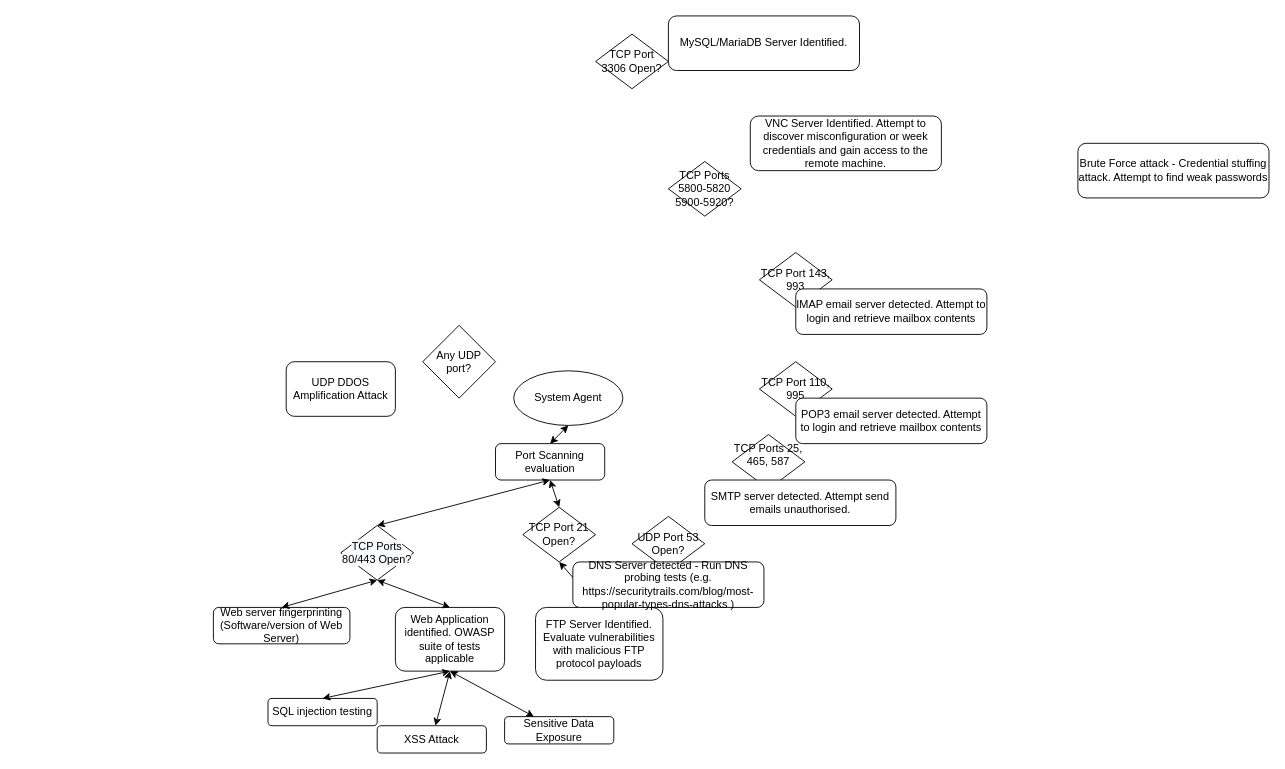
Before: AttackTree.drawio in crystalz411/LinkBoard, a draw.io diagram. Source tidied: cells renumbered, new cells numbered last; positions are measured from the earlier drawing's top-left corner, leaving out a move shared by most shapes. Both pictures are drawn from the tidied source at 91%, with x=0, y=0 at pixel (213, 15).
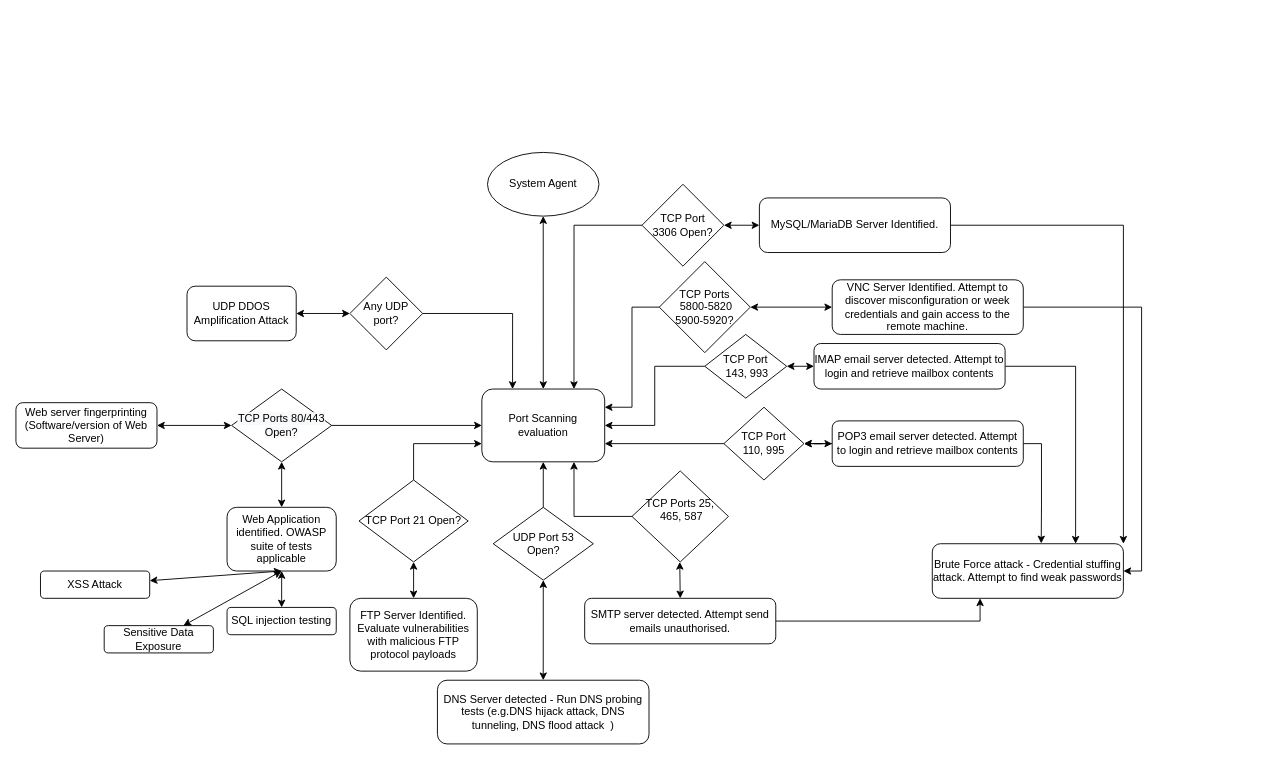
The same page after the edit.

What changed in the source:
```diff
@@
     <mxCell id="2" value="System Agent" style="ellipse;whiteSpace=wrap;html=1;" parent="1" vertex="1">
-      <mxGeometry x="330" y="390" width="120" height="60" as="geometry" />
+      <mxGeometry x="301.2" y="150" width="122.5" height="70" as="geometry" />
     </mxCell>
     <mxCell id="3" value="Port Scanning evaluation" style="rounded=1;whiteSpace=wrap;html=1;" parent="1" vertex="1">
-      <mxGeometry x="310" y="470" width="120" height="40" as="geometry" />
+      <mxGeometry x="295" y="410" width="135" height="80" as="geometry" />
     </mxCell>
@@
-    <mxCell id="5" style="endArrow=classic;startArrow=classic;html=1;entryX=0.5;entryY=1;entryDx=0;entryDy=0;exitX=0.5;exitY=0;exitDx=0;exitDy=0;" parent="1" edge="1" source="19" target="3">
-      <mxGeometry relative="1" as="geometry" />
-    </mxCell>
     <mxCell id="6" value="Web Application identified. OWASP suite of tests applicable" style="rounded=1;whiteSpace=wrap;html=1;" parent="1" vertex="1">
-      <mxGeometry x="200" y="650" width="120" height="70" as="geometry" />
+      <mxGeometry x="15" y="540" width="120" height="70" as="geometry" />
     </mxCell>
@@
     <mxCell id="8" value="SQL injection testing" style="rounded=1;whiteSpace=wrap;html=1;" parent="1" vertex="1">
-      <mxGeometry x="60" y="750" width="120" height="30" as="geometry" />
+      <mxGeometry x="15" y="650" width="120" height="30" as="geometry" />
     </mxCell>
     <mxCell id="9" value="XSS Attack" style="rounded=1;whiteSpace=wrap;html=1;" parent="1" vertex="1">
-      <mxGeometry x="180" y="780" width="120" height="30" as="geometry" />
+      <mxGeometry x="-190" y="610" width="120" height="30" as="geometry" />
     </mxCell>
     <mxCell id="10" value="Sensitive Data Exposure" style="rounded=1;whiteSpace=wrap;html=1;" parent="1" vertex="1">
-      <mxGeometry x="320" y="770" width="120" height="30" as="geometry" />
+      <mxGeometry x="-120" y="670" width="120" height="30" as="geometry" />
     </mxCell>
@@
     <mxCell id="14" value="Web server fingerprinting (Software/version of Web Server)" style="rounded=1;whiteSpace=wrap;html=1;" parent="1" vertex="1">
-      <mxGeometry y="650" width="150" height="40" as="geometry" />
+      <mxGeometry x="-217" y="425" width="155" height="50" as="geometry" />
     </mxCell>
-    <mxCell id="15" style="endArrow=classic;startArrow=classic;html=1;exitX=0.5;exitY=0;exitDx=0;exitDy=0;entryX=0.5;entryY=1;entryDx=0;entryDy=0;" parent="1" edge="1" source="14" target="19">
+    <mxCell id="15" style="endArrow=classic;startArrow=classic;html=1;exitX=1;exitY=0.5;exitDx=0;exitDy=0;entryX=0;entryY=0.5;entryDx=0;entryDy=0;" parent="1" edge="1" source="14" target="19">
       <mxGeometry relative="1" as="geometry" />
     </mxCell>
     <mxCell id="16" value="FTP Server Identified. Evaluate vulnerabilities with malicious FTP protocol payloads" style="rounded=1;whiteSpace=wrap;html=1;" parent="1" vertex="1">
-      <mxGeometry x="354" y="650" width="140" height="80" as="geometry" />
+      <mxGeometry x="150" y="640" width="140" height="80" as="geometry" />
     </mxCell>
+    <mxCell id="18" style="endArrow=classic;startArrow=classic;html=1;entryX=0.5;entryY=1;entryDx=0;entryDy=0;exitX=0.5;exitY=0;exitDx=0;exitDy=0;" parent="1" edge="1" source="16" target="20">
+      <mxGeometry relative="1" as="geometry" />
+    </mxCell>
+    <mxCell id="5" style="edgeStyle=orthogonalEdgeStyle;rounded=0;jettySize=auto;html=1;exitX=1;exitY=0.5;exitDx=0;exitDy=0;entryX=0;entryY=0.5;entryDx=0;entryDy=0;" parent="1" edge="1" source="19" target="3">
+      <mxGeometry relative="1" as="geometry" />
+    </mxCell>
+    <mxCell id="19" value="&lt;span style=&quot;color: rgb(0 , 0 , 0) ; font-family: &amp;#34;helvetica&amp;#34; ; font-size: 12px ; font-style: normal ; font-weight: 400 ; letter-spacing: normal ; text-align: center ; text-indent: 0px ; text-transform: none ; word-spacing: 0px ; background-color: rgb(248 , 249 , 250) ; display: inline ; float: none&quot;&gt;TCP Ports 80/443 Open?&lt;/span&gt;" style="rhombus;whiteSpace=wrap;html=1;" parent="1" vertex="1">
+      <mxGeometry x="20" y="410" width="110" height="80" as="geometry" />
+    </mxCell>
-    <mxCell id="17" style="endArrow=classic;startArrow=classic;html=1;entryX=0.5;entryY=1;entryDx=0;entryDy=0;exitX=0.5;exitY=0;exitDx=0;exitDy=0;" parent="1" edge="1" source="20" target="3">
+    <mxCell id="17" style="edgeStyle=orthogonalEdgeStyle;rounded=0;jettySize=auto;html=1;exitX=0.5;exitY=0;exitDx=0;exitDy=0;entryX=0;entryY=0.75;entryDx=0;entryDy=0;" parent="1" edge="1" source="20" target="3">
       <mxGeometry relative="1" as="geometry" />
     </mxCell>
-    <mxCell id="18" style="endArrow=classic;startArrow=classic;html=1;entryX=0.5;entryY=1;entryDx=0;entryDy=0;exitX=0.5;exitY=0;exitDx=0;exitDy=0;" parent="1" edge="1" source="16" target="20">
-      <mxGeometry relative="1" as="geometry" />
-    </mxCell>
-    <mxCell id="19" value="&lt;span style=&quot;color: rgb(0 , 0 , 0) ; font-family: &amp;#34;helvetica&amp;#34; ; font-size: 12px ; font-style: normal ; font-weight: 400 ; letter-spacing: normal ; text-align: center ; text-indent: 0px ; text-transform: none ; word-spacing: 0px ; background-color: rgb(248 , 249 , 250) ; display: inline ; float: none&quot;&gt;TCP Ports 80/443 Open?&lt;/span&gt;" style="rhombus;whiteSpace=wrap;html=1;" parent="1" vertex="1">
-      <mxGeometry x="140" y="560" width="80" height="60" as="geometry" />
-    </mxCell>
     <mxCell id="20" value="&lt;font face=&quot;helvetica&quot;&gt;TCP Port 21 Open?&lt;/font&gt;" style="rhombus;whiteSpace=wrap;html=1;" parent="1" vertex="1">
-      <mxGeometry x="340" y="540" width="80" height="60" as="geometry" />
+      <mxGeometry x="160" y="510" width="120" height="90" as="geometry" />
     </mxCell>
+    <mxCell id="36" style="edgeStyle=orthogonalEdgeStyle;rounded=0;jettySize=auto;html=1;exitX=0.5;exitY=0;exitDx=0;exitDy=0;entryX=0.5;entryY=1;entryDx=0;entryDy=0;" parent="1" edge="1" source="21" target="3">
+      <mxGeometry relative="1" as="geometry" />
+    </mxCell>
     <mxCell id="21" value="&lt;font face=&quot;helvetica&quot;&gt;UDP Port 53 &lt;br&gt;Open?&lt;/font&gt;" style="rhombus;whiteSpace=wrap;html=1;" parent="1" vertex="1">
-      <mxGeometry x="460" y="550" width="80" height="60" as="geometry" />
+      <mxGeometry x="307.5" y="540" width="110" height="80" as="geometry" />
     </mxCell>
-    <mxCell id="22" value="DNS Server detected - Run DNS probing tests (e.g. https://securitytrails.com/blog/most-popular-types-dns-attacks )" style="rounded=1;whiteSpace=wrap;html=1;" parent="1" vertex="1">
-      <mxGeometry x="395" y="600" width="210" height="50" as="geometry" />
+    <mxCell id="22" value="DNS Server detected - Run DNS probing tests (e.g.DNS hijack attack,&amp;nbsp;DNS tunneling,&amp;nbsp;DNS flood attack &amp;nbsp;)" style="rounded=1;whiteSpace=wrap;html=1;" parent="1" vertex="1">
+      <mxGeometry x="246.2" y="730" width="232.5" height="70" as="geometry" />
     </mxCell>
+    <mxCell id="37" style="edgeStyle=orthogonalEdgeStyle;rounded=0;jettySize=auto;html=1;exitX=0;exitY=0.5;exitDx=0;exitDy=0;entryX=0.75;entryY=1;entryDx=0;entryDy=0;" parent="1" edge="1" source="23" target="3">
+      <mxGeometry relative="1" as="geometry" />
+    </mxCell>
-    <mxCell id="23" value="&lt;font face=&quot;helvetica&quot;&gt;TCP Ports 25, 465, 587&lt;br&gt;&amp;nbsp;&lt;/font&gt;" style="rhombus;whiteSpace=wrap;html=1;" parent="1" vertex="1">
-      <mxGeometry x="570" y="460" width="80" height="60" as="geometry" />
+    <mxCell id="23" value="&lt;font face=&quot;helvetica&quot;&gt;TCP Ports 25,&lt;br&gt;&amp;nbsp;465, 587&lt;br&gt;&amp;nbsp;&lt;/font&gt;" style="rhombus;whiteSpace=wrap;html=1;" parent="1" vertex="1">
+      <mxGeometry x="460" y="500" width="106" height="100" as="geometry" />
     </mxCell>
+    <mxCell id="38" style="edgeStyle=orthogonalEdgeStyle;rounded=0;jettySize=auto;html=1;exitX=1;exitY=0.5;exitDx=0;exitDy=0;entryX=0.25;entryY=1;entryDx=0;entryDy=0;" parent="1" edge="1" source="24" target="33">
+      <mxGeometry relative="1" as="geometry" />
+    </mxCell>
     <mxCell id="24" value="SMTP server detected. Attempt send emails unauthorised." style="rounded=1;whiteSpace=wrap;html=1;" parent="1" vertex="1">
-      <mxGeometry x="540" y="510" width="210" height="50" as="geometry" />
+      <mxGeometry x="408" y="640" width="210" height="50" as="geometry" />
     </mxCell>
+    <mxCell id="39" style="edgeStyle=orthogonalEdgeStyle;rounded=0;jettySize=auto;html=1;exitX=0;exitY=0.5;exitDx=0;exitDy=0;entryX=1;entryY=0.75;entryDx=0;entryDy=0;" parent="1" edge="1" source="25" target="3">
+      <mxGeometry relative="1" as="geometry" />
+    </mxCell>
-    <mxCell id="25" value="&lt;font face=&quot;helvetica&quot;&gt;TCP Port 110, 995&lt;/font&gt;" style="rhombus;whiteSpace=wrap;html=1;" parent="1" vertex="1">
-      <mxGeometry x="600" y="380" width="80" height="60" as="geometry" />
+    <mxCell id="25" value="&lt;font face=&quot;helvetica&quot;&gt;TCP Port &lt;br&gt;110, 995&lt;/font&gt;" style="rhombus;whiteSpace=wrap;html=1;" parent="1" vertex="1">
+      <mxGeometry x="561" y="430" width="88" height="80" as="geometry" />
     </mxCell>
+    <mxCell id="40" style="edgeStyle=orthogonalEdgeStyle;rounded=0;jettySize=auto;html=1;" parent="1" edge="1" source="26" target="25">
+      <mxGeometry relative="1" as="geometry" />
+    </mxCell>
+    <mxCell id="41" style="edgeStyle=orthogonalEdgeStyle;rounded=0;jettySize=auto;html=1;exitX=1;exitY=0.5;exitDx=0;exitDy=0;entryX=0.57;entryY=-0.006;entryDx=0;entryDy=0;entryPerimeter=0;" parent="1" edge="1" source="26" target="33">
+      <mxGeometry relative="1" as="geometry" />
+    </mxCell>
     <mxCell id="26" value="POP3 email server detected. Attempt to login and retrieve mailbox contents" style="rounded=1;whiteSpace=wrap;html=1;" parent="1" vertex="1">
-      <mxGeometry x="640" y="420" width="210" height="50" as="geometry" />
+      <mxGeometry x="680" y="445" width="210" height="50" as="geometry" />
     </mxCell>
+    <mxCell id="42" style="edgeStyle=orthogonalEdgeStyle;rounded=0;jettySize=auto;html=1;exitX=0;exitY=0.5;exitDx=0;exitDy=0;entryX=1;entryY=0.5;entryDx=0;entryDy=0;" parent="1" edge="1" source="27" target="3">
+      <mxGeometry relative="1" as="geometry" />
+    </mxCell>
-    <mxCell id="27" value="&lt;font face=&quot;helvetica&quot;&gt;TCP Port 143, 993&lt;/font&gt;" style="rhombus;whiteSpace=wrap;html=1;" parent="1" vertex="1">
-      <mxGeometry x="600" y="260" width="80" height="60" as="geometry" />
+    <mxCell id="27" value="&lt;font face=&quot;helvetica&quot;&gt;TCP Port&lt;br&gt;&amp;nbsp;143, 993&lt;/font&gt;" style="rhombus;whiteSpace=wrap;html=1;" parent="1" vertex="1">
+      <mxGeometry x="540" y="350" width="90" height="70" as="geometry" />
     </mxCell>
+    <mxCell id="43" style="edgeStyle=orthogonalEdgeStyle;rounded=0;jettySize=auto;html=1;exitX=1;exitY=0.5;exitDx=0;exitDy=0;entryX=0.75;entryY=0;entryDx=0;entryDy=0;" parent="1" edge="1" source="28" target="33">
+      <mxGeometry relative="1" as="geometry" />
+    </mxCell>
     <mxCell id="28" value="IMAP email server detected. Attempt to login and retrieve mailbox contents" style="rounded=1;whiteSpace=wrap;html=1;" parent="1" vertex="1">
-      <mxGeometry x="640" y="300" width="210" height="50" as="geometry" />
+      <mxGeometry x="660" y="360" width="210" height="50" as="geometry" />
     </mxCell>
+    <mxCell id="44" style="edgeStyle=orthogonalEdgeStyle;rounded=0;jettySize=auto;html=1;exitX=1;exitY=0.5;exitDx=0;exitDy=0;entryX=0.25;entryY=0;entryDx=0;entryDy=0;" parent="1" edge="1" source="29" target="3">
+      <mxGeometry relative="1" as="geometry" />
+    </mxCell>
     <mxCell id="29" value="Any UDP port?" style="rhombus;whiteSpace=wrap;html=1;" parent="1" vertex="1">
-      <mxGeometry x="230" y="340" width="80" height="80" as="geometry" />
+      <mxGeometry x="150" y="287" width="80" height="80" as="geometry" />
     </mxCell>
     <mxCell id="30" value="UDP DDOS Amplification Attack" style="rounded=1;whiteSpace=wrap;html=1;" parent="1" vertex="1">
-      <mxGeometry x="80" y="380" width="120" height="60" as="geometry" />
+      <mxGeometry x="-29" y="297" width="120" height="60" as="geometry" />
     </mxCell>
+    <mxCell id="45" style="edgeStyle=orthogonalEdgeStyle;rounded=0;jettySize=auto;html=1;exitX=0;exitY=0.5;exitDx=0;exitDy=0;entryX=1;entryY=0.25;entryDx=0;entryDy=0;" parent="1" edge="1" source="31" target="3">
+      <mxGeometry relative="1" as="geometry" />
+    </mxCell>
-    <mxCell id="31" value="&lt;font face=&quot;helvetica&quot;&gt;TCP Ports 5800-5820&lt;br&gt;5900-5920?&lt;br&gt;&lt;/font&gt;" style="rhombus;whiteSpace=wrap;html=1;" parent="1" vertex="1">
-      <mxGeometry x="500" y="160" width="80" height="60" as="geometry" />
+    <mxCell id="31" value="&lt;font face=&quot;helvetica&quot;&gt;TCP Ports&lt;br&gt;&amp;nbsp;5800-5820&lt;br&gt;5900-5920?&lt;br&gt;&lt;/font&gt;" style="rhombus;whiteSpace=wrap;html=1;" parent="1" vertex="1">
+      <mxGeometry x="490" y="270" width="100" height="100" as="geometry" />
     </mxCell>
+    <mxCell id="46" style="edgeStyle=orthogonalEdgeStyle;rounded=0;jettySize=auto;html=1;exitX=1;exitY=0.5;exitDx=0;exitDy=0;entryX=1;entryY=0.5;entryDx=0;entryDy=0;" parent="1" edge="1" source="32" target="33">
+      <mxGeometry relative="1" as="geometry" />
+    </mxCell>
     <mxCell id="32" value="VNC Server Identified. Attempt to discover misconfiguration or week credentials and gain access to the remote machine." style="rounded=1;whiteSpace=wrap;html=1;" parent="1" vertex="1">
-      <mxGeometry x="590" y="110" width="210" height="60" as="geometry" />
+      <mxGeometry x="680" y="290" width="210" height="60" as="geometry" />
     </mxCell>
     <mxCell id="33" value="Brute Force attack - Credential stuffing attack. Attempt to find weak passwords" style="rounded=1;whiteSpace=wrap;html=1;" parent="1" vertex="1">
-      <mxGeometry x="950" y="140" width="210" height="60" as="geometry" />
+      <mxGeometry x="790" y="580" width="210" height="60" as="geometry" />
     </mxCell>
+    <mxCell id="47" style="edgeStyle=orthogonalEdgeStyle;rounded=0;jettySize=auto;html=1;exitX=0.5;exitY=1;exitDx=0;exitDy=0;entryX=0.75;entryY=0;entryDx=0;entryDy=0;" parent="1" edge="1" source="34" target="3">
+      <mxGeometry relative="1" as="geometry" />
+    </mxCell>
-    <mxCell id="34" value="&lt;font face=&quot;helvetica&quot;&gt;TCP Port 3306 Open?&lt;br&gt;&lt;/font&gt;" style="rhombus;whiteSpace=wrap;html=1;" parent="1" vertex="1">
-      <mxGeometry x="420" y="20" width="80" height="60" as="geometry" />
+    <mxCell id="34" value="&lt;font face=&quot;helvetica&quot;&gt;TCP Port &lt;br&gt;3306 Open?&lt;br&gt;&lt;/font&gt;" style="rhombus;whiteSpace=wrap;html=1;direction=south;" parent="1" vertex="1">
+      <mxGeometry x="471" y="185" width="90" height="90" as="geometry" />
     </mxCell>
+    <mxCell id="48" style="edgeStyle=orthogonalEdgeStyle;rounded=0;jettySize=auto;html=1;exitX=1;exitY=0.5;exitDx=0;exitDy=0;entryX=1;entryY=0;entryDx=0;entryDy=0;" parent="1" edge="1" source="35" target="33">
+      <mxGeometry relative="1" as="geometry" />
+    </mxCell>
     <mxCell id="35" value="MySQL/MariaDB Server Identified." style="rounded=1;whiteSpace=wrap;html=1;" parent="1" vertex="1">
-      <mxGeometry x="500" width="210" height="60" as="geometry" />
+      <mxGeometry x="600" y="200" width="210" height="60" as="geometry" />
     </mxCell>
+    <mxCell id="49" style="endArrow=classic;startArrow=classic;html=1;entryX=0.5;entryY=1;entryDx=0;entryDy=0;" parent="1" edge="1" source="22" target="21">
+      <mxGeometry relative="1" as="geometry" />
+    </mxCell>
+    <mxCell id="50" style="endArrow=classic;startArrow=classic;html=1;entryX=0.5;entryY=1;entryDx=0;entryDy=0;exitX=0.5;exitY=0;exitDx=0;exitDy=0;" parent="1" edge="1" source="24">
+      <mxGeometry relative="1" as="geometry">
+        <mxPoint x="512.5" y="600" as="targetPoint" />
+      </mxGeometry>
+    </mxCell>
+    <mxCell id="51" style="endArrow=classic;startArrow=classic;html=1;entryX=1;entryY=0.5;entryDx=0;entryDy=0;exitX=0;exitY=0.5;exitDx=0;exitDy=0;" parent="1" edge="1" source="26" target="25">
+      <mxGeometry relative="1" as="geometry" />
+    </mxCell>
+    <mxCell id="52" style="endArrow=classic;startArrow=classic;html=1;entryX=1;entryY=0.5;entryDx=0;entryDy=0;exitX=0;exitY=0.5;exitDx=0;exitDy=0;" parent="1" edge="1" source="28" target="27">
+      <mxGeometry relative="1" as="geometry" />
+    </mxCell>
+    <mxCell id="53" style="endArrow=classic;startArrow=classic;html=1;entryX=1;entryY=0.5;entryDx=0;entryDy=0;exitX=0;exitY=0.5;exitDx=0;exitDy=0;" parent="1" edge="1" source="32" target="31">
+      <mxGeometry relative="1" as="geometry" />
+    </mxCell>
+    <mxCell id="54" style="endArrow=classic;startArrow=classic;html=1;entryX=0.5;entryY=0;entryDx=0;entryDy=0;" parent="1" edge="1" source="35" target="34">
+      <mxGeometry relative="1" as="geometry" />
+    </mxCell>
+    <mxCell id="55" style="endArrow=classic;startArrow=classic;html=1;exitX=1;exitY=0.5;exitDx=0;exitDy=0;entryX=0;entryY=0.5;entryDx=0;entryDy=0;" parent="1" edge="1" source="30" target="29">
+      <mxGeometry relative="1" as="geometry" />
+    </mxCell>
```
